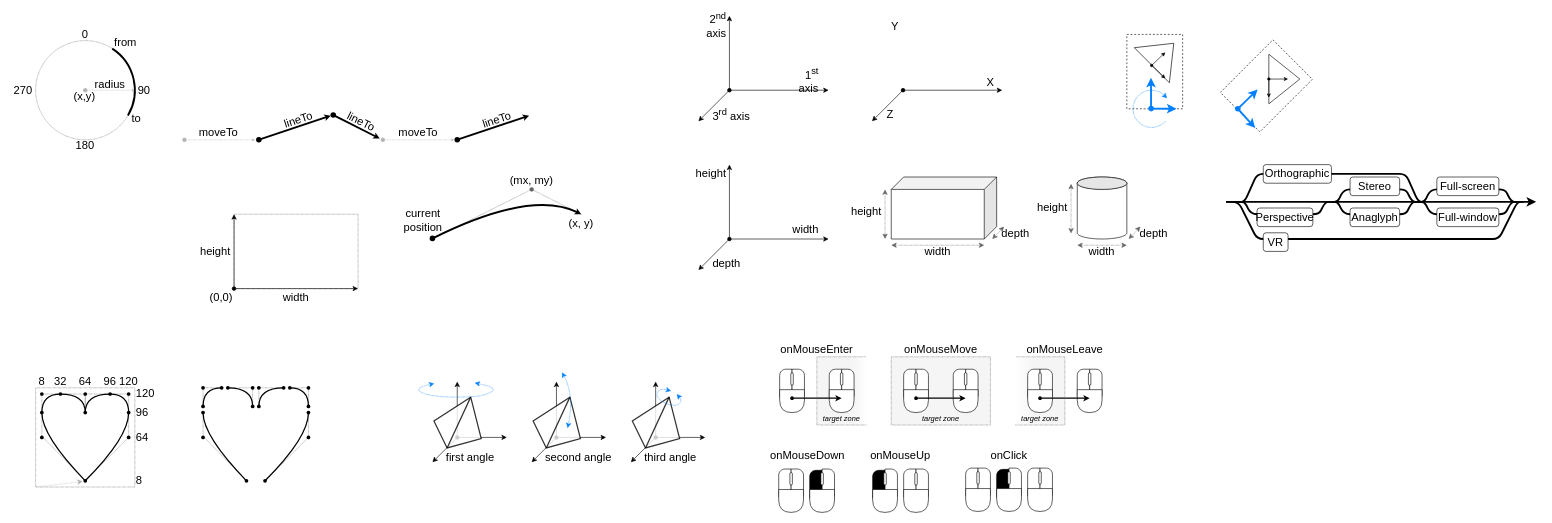
boytchev/suica keeps this draw.io diagram as docs/images/images.drawio. Above is the earlier version. Source tidied: cells renumbered, new cells numbered last; positions are measured from the earlier drawing's top-left corner, leaving out a move shared by most shapes. Both pictures are drawn from the tidied source at 62%, with x=0, y=0 at pixel (11, 16).
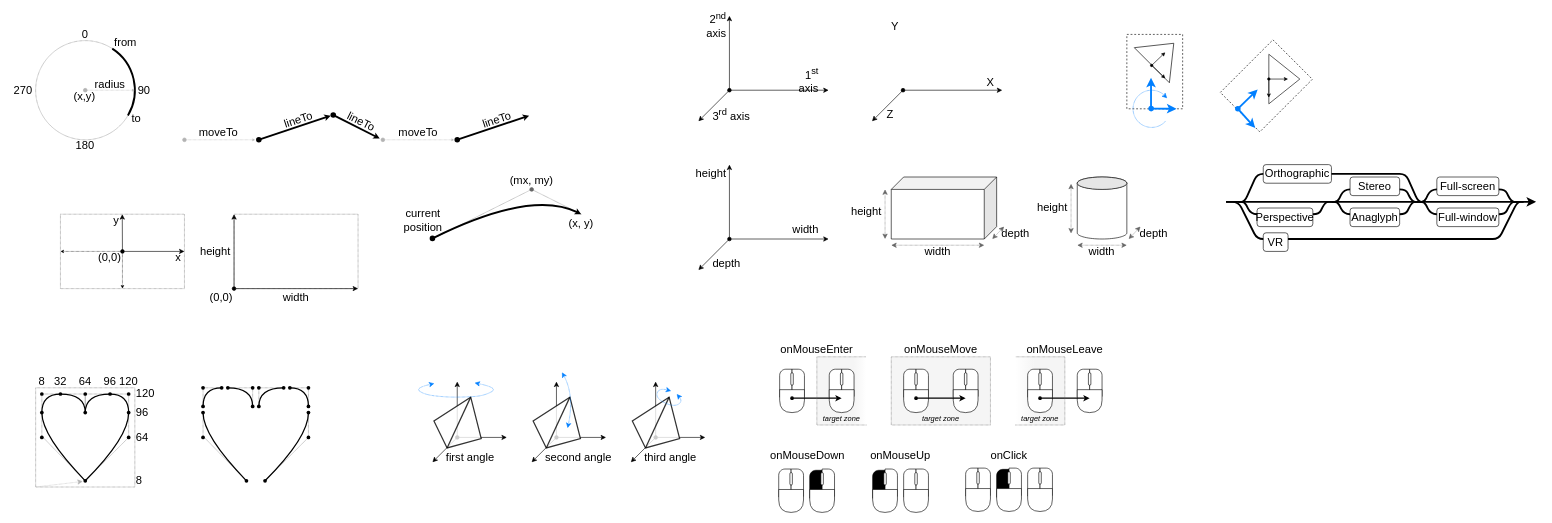
The same diagram, later.

Change to the diagram source:
```diff
@@
+    <mxCell id="262" style="rounded=0;whiteSpace=wrap;html=1;dashed=1;dashPattern=1 1;fillColor=none;strokeColor=#666666;" parent="1" vertex="1">
+      <mxGeometry x="80" y="320" width="200" height="120" as="geometry" />
+    </mxCell>
+    <mxCell id="263" style="endArrow=classic;html=1;rounded=0;" parent="1" edge="1">
+      <mxGeometry relative="1" as="geometry">
+        <mxPoint x="180" y="380" as="sourcePoint" />
+        <mxPoint x="179.7" y="320" as="targetPoint" />
+      </mxGeometry>
+    </mxCell>
+    <mxCell id="264" value="y" style="text;html=1;strokeColor=none;fillColor=none;align=center;verticalAlign=middle;whiteSpace=wrap;rounded=0;fontFamily=Calibri;fontSize=18;" parent="1" vertex="1">
+      <mxGeometry x="160" y="320" width="20" height="20" as="geometry" />
+    </mxCell>
+    <mxCell id="265" value="x" style="text;html=1;strokeColor=none;fillColor=none;align=center;verticalAlign=middle;whiteSpace=wrap;rounded=0;fontFamily=Calibri;fontSize=18;" parent="1" vertex="1">
+      <mxGeometry x="260" y="380" width="20" height="20" as="geometry" />
+    </mxCell>
+    <mxCell id="266" style="endArrow=classic;html=1;rounded=0;startArrow=oval;startFill=1;entryX=1;entryY=0.5;entryDx=0;entryDy=0;" parent="1" edge="1" target="262">
+      <mxGeometry relative="1" as="geometry">
+        <mxPoint x="180" y="380" as="sourcePoint" />
+      </mxGeometry>
+    </mxCell>
+    <mxCell id="267" value="(0,0)" style="text;html=1;strokeColor=none;fillColor=none;align=right;verticalAlign=middle;whiteSpace=wrap;rounded=0;fontFamily=Calibri;fontSize=18;" parent="1" vertex="1">
+      <mxGeometry x="140" y="375" width="40" height="30" as="geometry" />
+    </mxCell>
+    <mxCell id="268" style="endArrow=classic;html=1;rounded=0;startArrow=none;startFill=0;dashed=1;dashPattern=1 1;endSize=3;startSize=3;" parent="1" edge="1">
+      <mxGeometry relative="1" as="geometry">
+        <mxPoint x="180" y="380" as="sourcePoint" />
+        <mxPoint x="80" y="380" as="targetPoint" />
+      </mxGeometry>
+    </mxCell>
+    <mxCell id="269" style="endArrow=classic;html=1;rounded=0;startArrow=none;startFill=0;dashed=1;dashPattern=1 1;endSize=3;startSize=3;" parent="1" edge="1">
+      <mxGeometry relative="1" as="geometry">
+        <mxPoint x="180" y="380" as="sourcePoint" />
+        <mxPoint x="180" y="440" as="targetPoint" />
+      </mxGeometry>
+    </mxCell>
```
